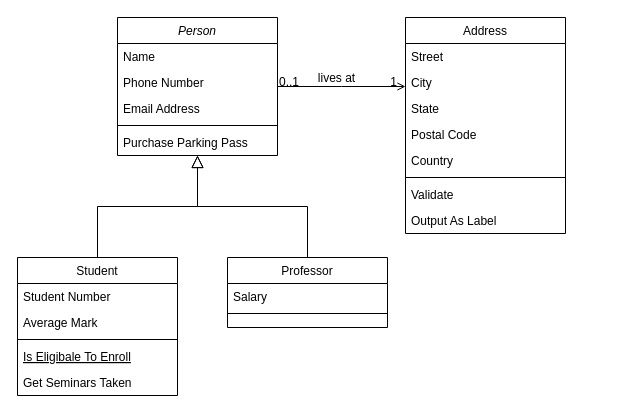
Above: ProyectoRestaurante.drawio in YaquelinG/Taller2 (draw.io), before the change. Source tidied: cells renumbered, new cells numbered last; positions are measured from the earlier drawing's top-left corner, leaving out a move shared by most shapes. Both pictures are drawn from the tidied source at 100%, with x=0, y=0 at pixel (17, 17).
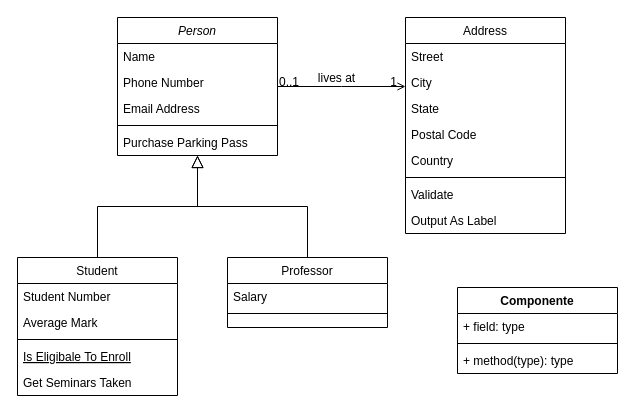
The same page after the edit.

The edit, as a diff of the source:
```diff
@@
+    <mxCell id="32" value="Componente" style="swimlane;fontStyle=1;align=center;verticalAlign=top;horizontal=1;startSize=26;" parent="1" vertex="1">
+      <mxGeometry x="440" y="270" width="160" height="86" as="geometry" />
+    </mxCell>
+    <mxCell id="33" value="+ field: type" style="text;strokeColor=none;fillColor=none;align=left;verticalAlign=top;spacingLeft=4;spacingRight=4;overflow=hidden;" parent="32" vertex="1">
+      <mxGeometry y="26" width="160" height="26" as="geometry" />
+    </mxCell>
+    <mxCell id="34" style="line;strokeWidth=1;fillColor=none;align=left;verticalAlign=middle;spacingTop=-1;spacingLeft=3;spacingRight=3;labelPosition=right;" parent="32" vertex="1">
+      <mxGeometry y="52" width="160" height="8" as="geometry" />
+    </mxCell>
+    <mxCell id="35" value="+ method(type): type" style="text;strokeColor=none;fillColor=none;align=left;verticalAlign=top;spacingLeft=4;spacingRight=4;overflow=hidden;" parent="32" vertex="1">
+      <mxGeometry y="60" width="160" height="26" as="geometry" />
+    </mxCell>
```
